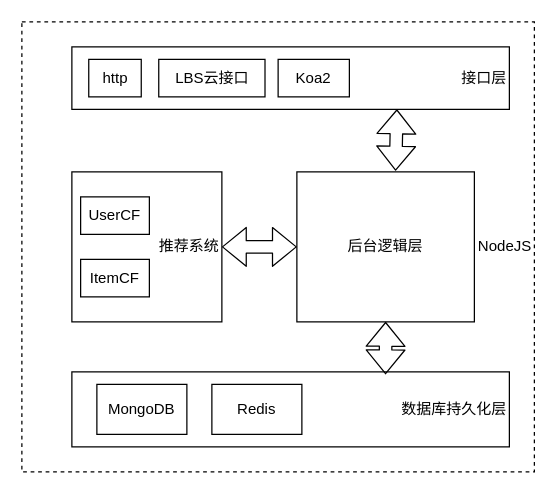
Before: clm/c4-服务端架构图.drawio in kkltmoyu/draw.io-graph, a draw.io diagram. Source tidied: cells renumbered, new cells numbered last; positions are measured from the earlier drawing's top-left corner, leaving out a move shared by most shapes. Both pictures are drawn from the tidied source at 125%, with x=0, y=0 at pixel (21, 21).
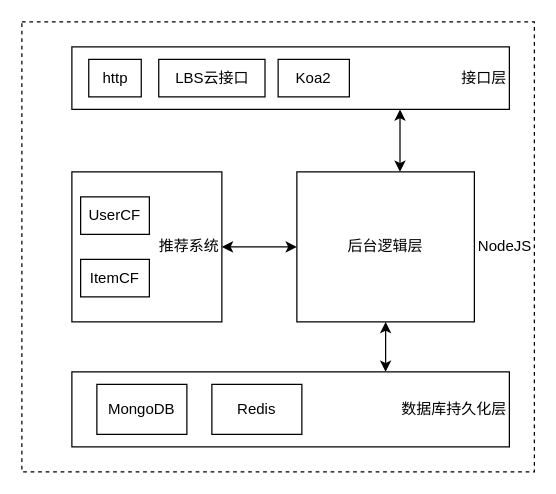
After the change.

The edit, as a diff of the source:
```diff
@@
 <mxGraphModel>
   <root>
     <mxCell id="0" />
     <mxCell id="1" parent="0" />
     <mxCell id="2" value="NodeJS" style="rounded=0;whiteSpace=wrap;html=1;dashed=1;align=right;" parent="1" vertex="1">
       <mxGeometry width="410" height="360" as="geometry" />
     </mxCell>
     <mxCell id="3" value="接口层" style="rounded=0;whiteSpace=wrap;html=1;align=right;" parent="1" vertex="1">
       <mxGeometry x="40" y="20" width="350" height="50" as="geometry" />
     </mxCell>
     <mxCell id="4" value="http" style="rounded=0;whiteSpace=wrap;html=1;" parent="1" vertex="1">
       <mxGeometry x="53.5" y="30" width="42" height="30" as="geometry" />
     </mxCell>
     <mxCell id="5" value="LBS云接口" style="rounded=0;whiteSpace=wrap;html=1;" parent="1" vertex="1">
       <mxGeometry x="109.5" y="30" width="85" height="30" as="geometry" />
     </mxCell>
     <mxCell id="6" value="推荐系统" style="rounded=0;whiteSpace=wrap;html=1;align=right;" parent="1" vertex="1">
       <mxGeometry x="40" y="120" width="120" height="120" as="geometry" />
     </mxCell>
     <mxCell id="7" value="后台逻辑层" style="rounded=0;whiteSpace=wrap;html=1;" parent="1" vertex="1">
       <mxGeometry x="220" y="120" width="142" height="120" as="geometry" />
     </mxCell>
     <mxCell id="8" value="数据库持久化层" style="rounded=0;whiteSpace=wrap;html=1;align=right;" parent="1" vertex="1">
       <mxGeometry x="40" y="280" width="350" height="60" as="geometry" />
     </mxCell>
-    <mxCell id="9" style="shape=flexArrow;endArrow=classic;startArrow=classic;html=1;" parent="1" edge="1" source="6" target="7">
-      <mxGeometry relative="1" as="geometry" />
-    </mxCell>
-    <mxCell id="10" style="shape=flexArrow;endArrow=classic;startArrow=classic;html=1;exitX=0.556;exitY=-0.008;exitDx=0;exitDy=0;exitPerimeter=0;" parent="1" edge="1" source="7">
-      <mxGeometry relative="1" as="geometry">
-        <mxPoint x="300" y="70" as="targetPoint" />
-      </mxGeometry>
-    </mxCell>
-    <mxCell id="11" style="shape=flexArrow;endArrow=classic;startArrow=classic;html=1;entryX=0.5;entryY=1;entryDx=0;entryDy=0;exitX=0.717;exitY=0.033;exitDx=0;exitDy=0;exitPerimeter=0;" parent="1" edge="1" source="8" target="7">
-      <mxGeometry relative="1" as="geometry" />
-    </mxCell>
     <mxCell id="12" value="Koa2" style="rounded=0;whiteSpace=wrap;html=1;" parent="1" vertex="1">
       <mxGeometry x="205" y="30" width="57" height="30" as="geometry" />
     </mxCell>
     <mxCell id="13" value="UserCF" style="rounded=0;whiteSpace=wrap;html=1;" parent="1" vertex="1">
       <mxGeometry x="47" y="140" width="55" height="30" as="geometry" />
     </mxCell>
     <mxCell id="14" value="ItemCF" style="rounded=0;whiteSpace=wrap;html=1;" parent="1" vertex="1">
       <mxGeometry x="47" y="190" width="55" height="30" as="geometry" />
     </mxCell>
     <mxCell id="15" value="MongoDB" style="rounded=0;whiteSpace=wrap;html=1;" parent="1" vertex="1">
       <mxGeometry x="60" y="290" width="72" height="40" as="geometry" />
     </mxCell>
     <mxCell id="16" value="Redis" style="rounded=0;whiteSpace=wrap;html=1;" parent="1" vertex="1">
       <mxGeometry x="152" y="290" width="72" height="40" as="geometry" />
     </mxCell>
+    <mxCell id="17" style="endArrow=classic;startArrow=classic;html=1;entryX=0.75;entryY=1;entryDx=0;entryDy=0;exitX=0.581;exitY=0;exitDx=0;exitDy=0;exitPerimeter=0;" parent="1" edge="1" source="7" target="3">
+      <mxGeometry relative="1" as="geometry" />
+    </mxCell>
+    <mxCell id="9" style="endArrow=classic;startArrow=classic;html=1;entryX=0;entryY=0.5;entryDx=0;entryDy=0;" parent="1" edge="1" source="6" target="7">
+      <mxGeometry relative="1" as="geometry" />
+    </mxCell>
+    <mxCell id="18" style="endArrow=classic;startArrow=classic;html=1;entryX=0.5;entryY=1;entryDx=0;entryDy=0;" parent="1" edge="1" target="7">
+      <mxGeometry relative="1" as="geometry">
+        <mxPoint x="291" y="280" as="sourcePoint" />
+      </mxGeometry>
+    </mxCell>
   </root>
 </mxGraphModel>
```
